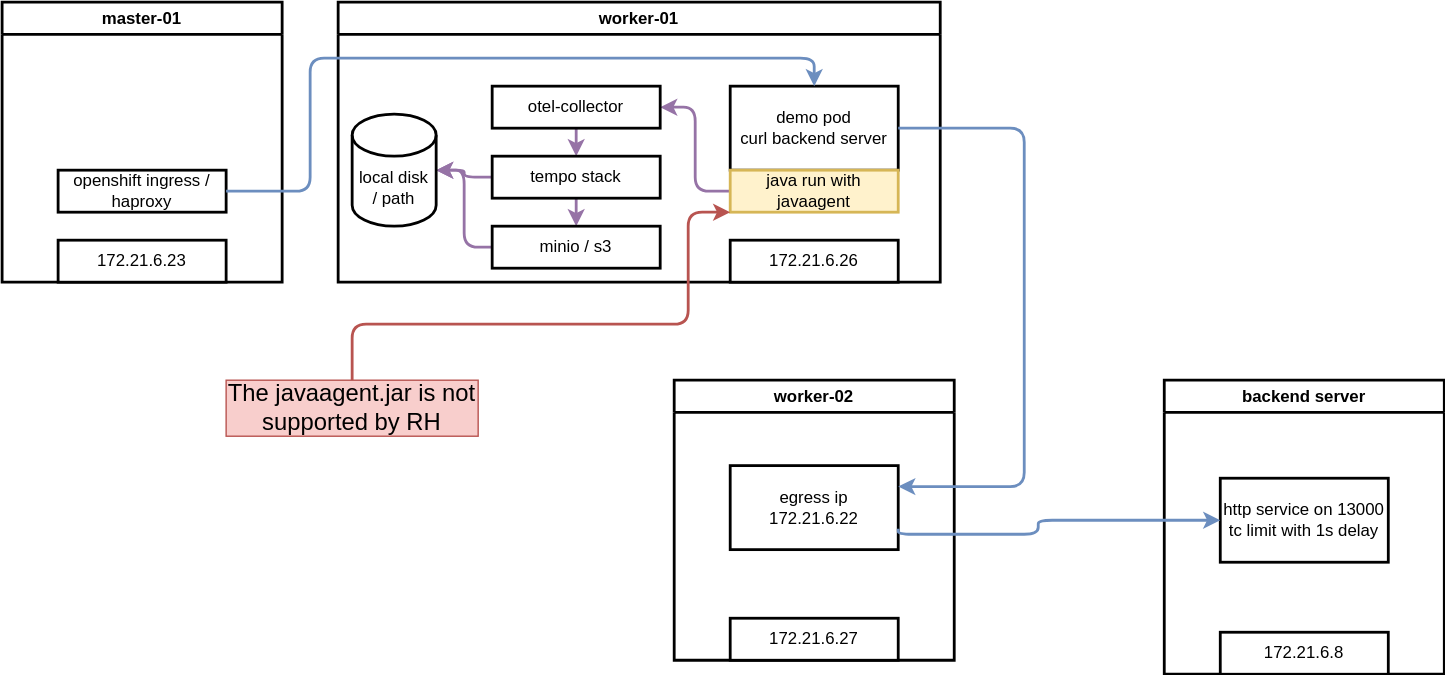
Above: redhat/ocp4/4.14/dia/4.14.opentelementry.overall.drawio.svg in wangzheng422/docker_env (draw.io), before the change. Source tidied: cells renumbered, new cells last; positions are measured from the earlier drawing's top-left corner, leaving out a move shared by most shapes. The source it was exported from:
```xml
<mxGraphModel>
  <root>
    <mxCell id="0" />
    <mxCell id="1" parent="0" />
    <mxCell id="2" value="master-01" style="swimlane;whiteSpace=wrap;html=1;strokeWidth=2;" parent="1" vertex="1">
      <mxGeometry width="200" height="200" as="geometry" />
    </mxCell>
    <mxCell id="3" value="172.21.6.23" style="rounded=0;whiteSpace=wrap;html=1;strokeWidth=2;" parent="2" vertex="1">
      <mxGeometry x="40" y="170" width="120" height="30" as="geometry" />
    </mxCell>
    <mxCell id="4" value="openshift ingress /&lt;br&gt;haproxy" style="rounded=0;whiteSpace=wrap;html=1;strokeWidth=2;" parent="2" vertex="1">
      <mxGeometry x="40" y="120" width="120" height="30" as="geometry" />
    </mxCell>
    <mxCell id="5" value="worker-01" style="swimlane;whiteSpace=wrap;html=1;strokeWidth=2;" parent="1" vertex="1">
      <mxGeometry x="240" width="430" height="200" as="geometry" />
    </mxCell>
    <mxCell id="6" value="172.21.6.26" style="rounded=0;whiteSpace=wrap;html=1;strokeWidth=2;" parent="5" vertex="1">
      <mxGeometry x="280" y="170" width="120" height="30" as="geometry" />
    </mxCell>
    <mxCell id="7" value="demo pod&lt;br&gt;curl backend server" style="rounded=0;whiteSpace=wrap;html=1;strokeWidth=2;" parent="5" vertex="1">
      <mxGeometry x="280" y="60" width="120" height="60" as="geometry" />
    </mxCell>
    <mxCell id="8" style="edgeStyle=orthogonalEdgeStyle;html=1;entryX=1;entryY=0.5;entryDx=0;entryDy=0;strokeWidth=2;fillColor=#e1d5e7;strokeColor=#9673a6;" parent="5" edge="1" source="9" target="11">
      <mxGeometry relative="1" as="geometry" />
    </mxCell>
    <mxCell id="9" value="java run with javaagent" style="rounded=0;whiteSpace=wrap;html=1;strokeWidth=2;fillColor=#fff2cc;strokeColor=#d6b656;" parent="5" vertex="1">
      <mxGeometry x="280" y="120" width="120" height="30" as="geometry" />
    </mxCell>
    <mxCell id="10" style="edgeStyle=orthogonalEdgeStyle;html=1;strokeWidth=2;fillColor=#e1d5e7;strokeColor=#9673a6;" parent="5" edge="1" source="11" target="14">
      <mxGeometry relative="1" as="geometry" />
    </mxCell>
    <mxCell id="11" value="otel-collector" style="rounded=0;whiteSpace=wrap;html=1;strokeWidth=2;" parent="5" vertex="1">
      <mxGeometry x="110" y="60" width="120" height="30" as="geometry" />
    </mxCell>
    <mxCell id="12" style="edgeStyle=orthogonalEdgeStyle;html=1;strokeWidth=2;fillColor=#e1d5e7;strokeColor=#9673a6;" parent="5" edge="1" source="14" target="17">
      <mxGeometry relative="1" as="geometry" />
    </mxCell>
    <mxCell id="13" style="edgeStyle=orthogonalEdgeStyle;html=1;strokeWidth=2;fillColor=#e1d5e7;strokeColor=#9673a6;" parent="5" edge="1" source="14" target="16">
      <mxGeometry relative="1" as="geometry" />
    </mxCell>
    <mxCell id="14" value="tempo stack" style="rounded=0;whiteSpace=wrap;html=1;strokeWidth=2;" parent="5" vertex="1">
      <mxGeometry x="110" y="110" width="120" height="30" as="geometry" />
    </mxCell>
    <mxCell id="15" style="edgeStyle=orthogonalEdgeStyle;html=1;entryX=1;entryY=0.5;entryDx=0;entryDy=0;entryPerimeter=0;strokeWidth=2;fillColor=#e1d5e7;strokeColor=#9673a6;" parent="5" edge="1" source="16" target="17">
      <mxGeometry relative="1" as="geometry" />
    </mxCell>
    <mxCell id="16" value="minio / s3" style="rounded=0;whiteSpace=wrap;html=1;strokeWidth=2;" parent="5" vertex="1">
      <mxGeometry x="110" y="160" width="120" height="30" as="geometry" />
    </mxCell>
    <mxCell id="17" value="local disk&amp;nbsp;&lt;br&gt;/ path" style="shape=cylinder3;whiteSpace=wrap;html=1;boundedLbl=1;backgroundOutline=1;size=15;strokeWidth=2;" parent="5" vertex="1">
      <mxGeometry x="10" y="80" width="60" height="80" as="geometry" />
    </mxCell>
    <mxCell id="18" value="worker-02" style="swimlane;whiteSpace=wrap;html=1;strokeWidth=2;" parent="1" vertex="1">
      <mxGeometry x="480" y="270" width="200" height="200" as="geometry" />
    </mxCell>
    <mxCell id="19" value="egress ip&lt;br&gt;172.21.6.22" style="rounded=0;whiteSpace=wrap;html=1;strokeWidth=2;" parent="18" vertex="1">
      <mxGeometry x="40" y="61" width="120" height="60" as="geometry" />
    </mxCell>
    <mxCell id="20" value="172.21.6.27" style="rounded=0;whiteSpace=wrap;html=1;strokeWidth=2;" parent="18" vertex="1">
      <mxGeometry x="40" y="170" width="120" height="30" as="geometry" />
    </mxCell>
    <mxCell id="21" value="backend server" style="swimlane;whiteSpace=wrap;html=1;strokeWidth=2;" parent="1" vertex="1">
      <mxGeometry x="830" y="270" width="200" height="210" as="geometry" />
    </mxCell>
    <mxCell id="22" value="http service on 13000&lt;br&gt;tc limit with 1s delay" style="rounded=0;whiteSpace=wrap;html=1;strokeWidth=2;" parent="21" vertex="1">
      <mxGeometry x="40" y="70" width="120" height="60" as="geometry" />
    </mxCell>
    <mxCell id="23" value="172.21.6.8" style="rounded=0;whiteSpace=wrap;html=1;strokeWidth=2;" parent="21" vertex="1">
      <mxGeometry x="40" y="180" width="120" height="30" as="geometry" />
    </mxCell>
    <mxCell id="24" style="edgeStyle=orthogonalEdgeStyle;html=1;entryX=1;entryY=0.25;entryDx=0;entryDy=0;strokeWidth=2;fillColor=#dae8fc;strokeColor=#6c8ebf;" parent="1" edge="1" source="7" target="19">
      <mxGeometry relative="1" as="geometry">
        <Array as="points">
          <mxPoint x="730" y="90" />
          <mxPoint x="730" y="346" />
        </Array>
      </mxGeometry>
    </mxCell>
    <mxCell id="25" style="edgeStyle=orthogonalEdgeStyle;html=1;entryX=0;entryY=0.5;entryDx=0;entryDy=0;strokeWidth=2;fillColor=#dae8fc;strokeColor=#6c8ebf;exitX=1;exitY=0.75;exitDx=0;exitDy=0;" parent="1" edge="1" source="19" target="22">
      <mxGeometry relative="1" as="geometry">
        <Array as="points">
          <mxPoint x="640" y="380" />
          <mxPoint x="740" y="380" />
          <mxPoint x="740" y="370" />
        </Array>
      </mxGeometry>
    </mxCell>
    <mxCell id="26" style="edgeStyle=orthogonalEdgeStyle;html=1;entryX=0.5;entryY=0;entryDx=0;entryDy=0;strokeWidth=2;fillColor=#dae8fc;strokeColor=#6c8ebf;" parent="1" edge="1" source="4" target="7">
      <mxGeometry relative="1" as="geometry">
        <Array as="points">
          <mxPoint x="220" y="135" />
          <mxPoint x="220" y="40" />
          <mxPoint x="580" y="40" />
        </Array>
      </mxGeometry>
    </mxCell>
    <mxCell id="27" style="edgeStyle=orthogonalEdgeStyle;html=1;entryX=0;entryY=1;entryDx=0;entryDy=0;fontSize=17;strokeWidth=2;fillColor=#f8cecc;strokeColor=#b85450;exitX=0.5;exitY=0;exitDx=0;exitDy=0;" parent="1" edge="1" source="28" target="9">
      <mxGeometry relative="1" as="geometry">
        <Array as="points">
          <mxPoint x="250" y="230" />
          <mxPoint x="490" y="230" />
          <mxPoint x="490" y="150" />
        </Array>
      </mxGeometry>
    </mxCell>
    <mxCell id="28" value="The javaagent.jar is not supported by RH" style="text;html=1;strokeColor=#b85450;fillColor=#f8cecc;align=center;verticalAlign=middle;whiteSpace=wrap;rounded=0;fontSize=17;" parent="1" vertex="1">
      <mxGeometry x="160" y="270" width="180" height="40" as="geometry" />
    </mxCell>
  </root>
</mxGraphModel>
```
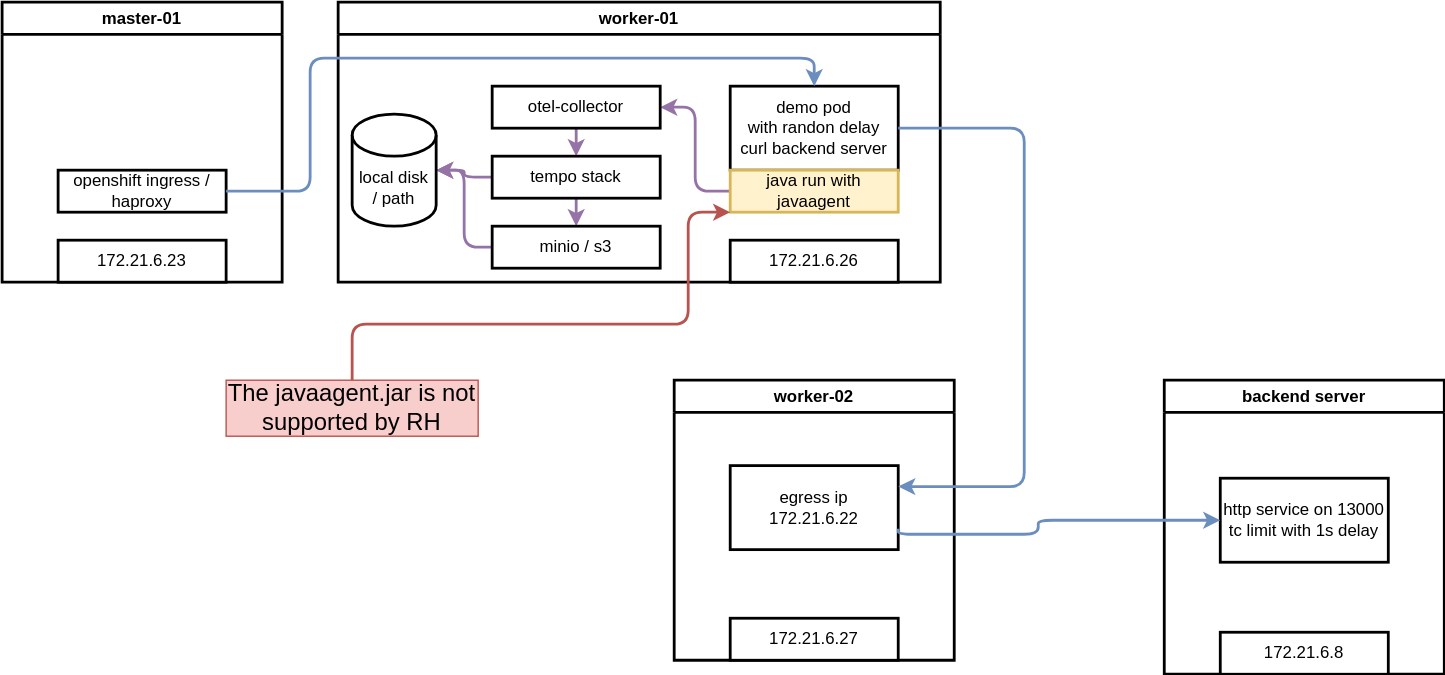
The same diagram one commit later.

The edit, as a diff of the source:
```diff
@@ -17,7 +17,7 @@
     <mxCell id="6" value="172.21.6.26" style="rounded=0;whiteSpace=wrap;html=1;strokeWidth=2;" parent="5" vertex="1">
       <mxGeometry x="280" y="170" width="120" height="30" as="geometry" />
     </mxCell>
-    <mxCell id="7" value="demo pod&lt;br&gt;curl backend server" style="rounded=0;whiteSpace=wrap;html=1;strokeWidth=2;" parent="5" vertex="1">
+    <mxCell id="7" value="demo pod&lt;br&gt;with randon delay&lt;br&gt;curl backend server" style="rounded=0;whiteSpace=wrap;html=1;strokeWidth=2;" parent="5" vertex="1">
       <mxGeometry x="280" y="60" width="120" height="60" as="geometry" />
     </mxCell>
     <mxCell id="8" style="edgeStyle=orthogonalEdgeStyle;html=1;entryX=1;entryY=0.5;entryDx=0;entryDy=0;strokeWidth=2;fillColor=#e1d5e7;strokeColor=#9673a6;" parent="5" edge="1" source="9" target="11">
```
